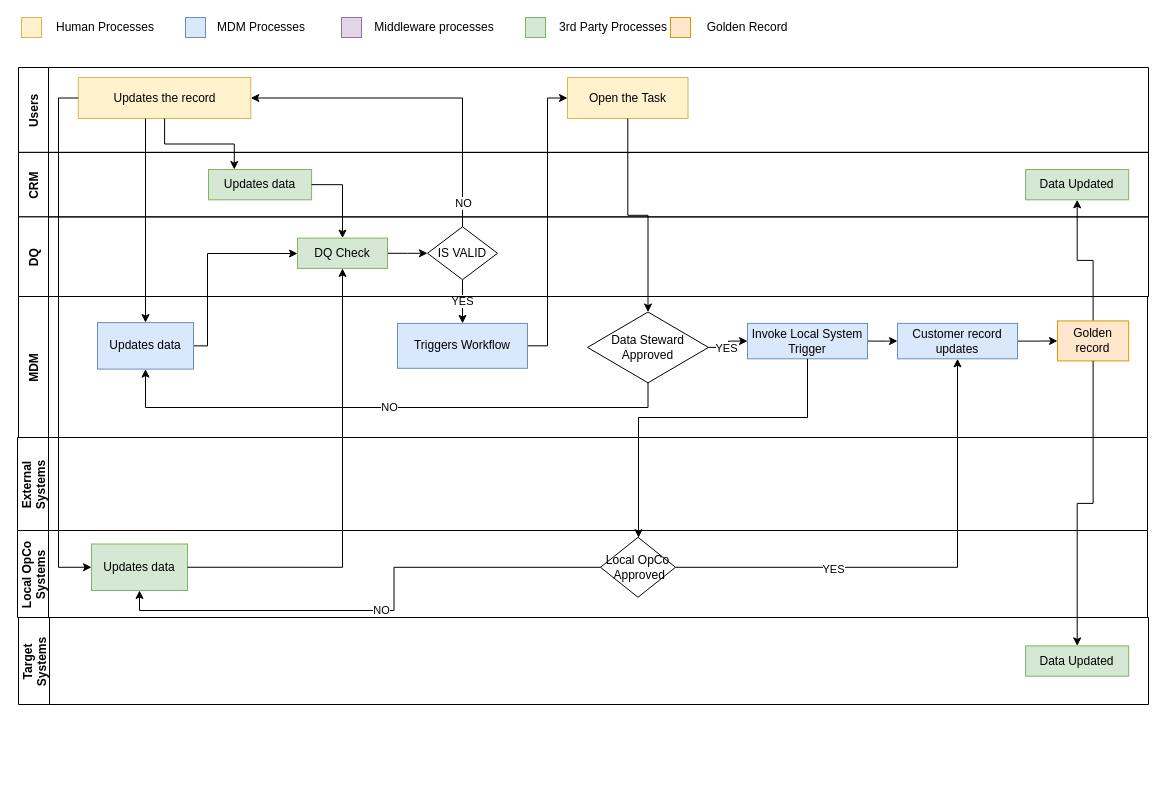
The draw.io diagram page "Approval-Workflow" (5 of 5) of MDM-Processes.drawio in biswarup81/drawings, before the edit. Source tidied: cells renumbered, new cells numbered last; positions are measured from the earlier drawing's top-left corner, leaving out a move shared by most shapes. Both pictures are drawn from the tidied source at 100%, with x=0, y=0 at pixel (17, 17).
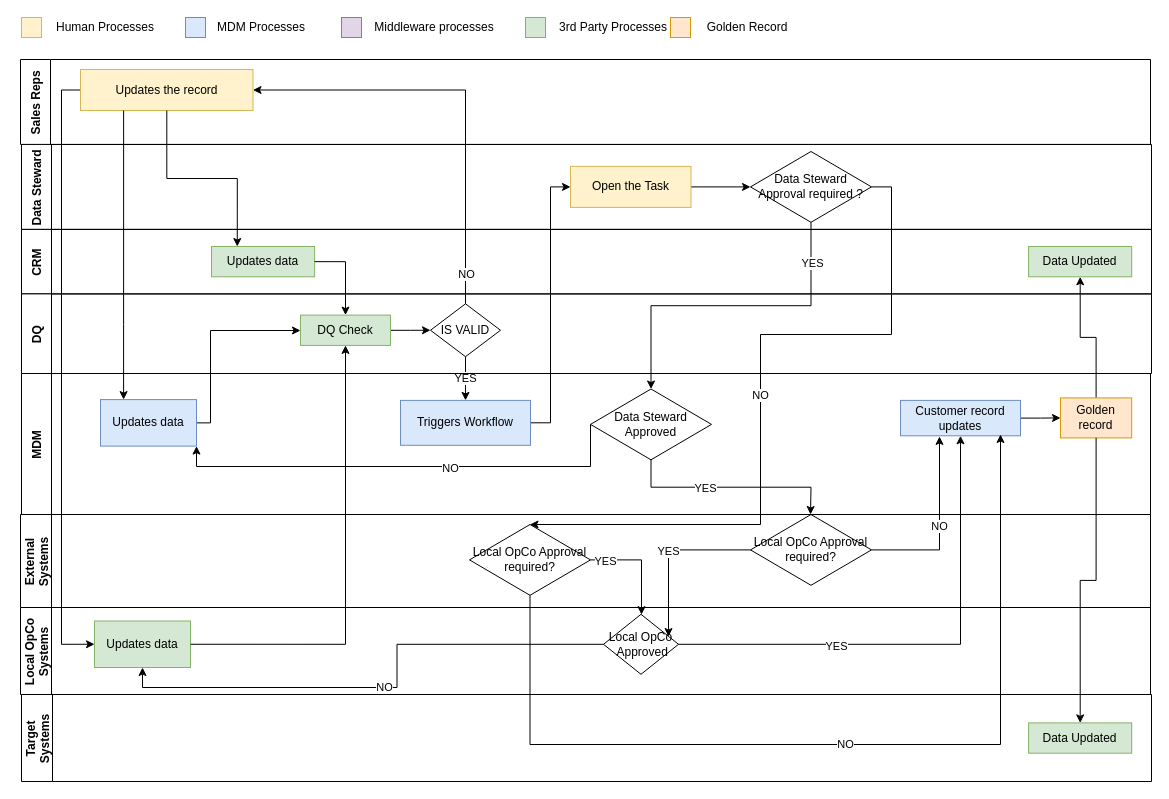
Above is the later version.

The change refers to these unchanged cells:
```xml
<mxCell id="7" value="Updates data" style="whiteSpace=wrap;html=1;rounded=0;strokeColor=#82b366;fillColor=#d5e8d4;" parent="6" vertex="1">
  <mxGeometry x="190" y="17.1" width="103.1" height="30.3" as="geometry" />
</mxCell>
<mxCell id="10" value="IS VALID" style="rhombus;whiteSpace=wrap;html=1;" parent="9" vertex="1">
  <mxGeometry x="409" y="9.9" width="70" height="52.9" as="geometry" />
</mxCell>
<mxCell id="18" value="Customer record updates" style="whiteSpace=wrap;html=1;fillColor=#dae8fc;strokeColor=#6c8ebf;" parent="2" vertex="1">
  <mxGeometry x="879" y="225.9" width="120" height="35.4" as="geometry" />
</mxCell>
<mxCell id="21" value="Updates data" style="whiteSpace=wrap;html=1;strokeColor=#6c8ebf;fillColor=#dae8fc;align=center;" parent="2" vertex="1">
  <mxGeometry x="79" y="225.1" width="96" height="46.5" as="geometry" />
</mxCell>
<mxCell id="30" value="Data Steward Approved" style="rhombus;whiteSpace=wrap;html=1;" parent="2" vertex="1">
  <mxGeometry x="569" y="214.5" width="121" height="70.8" as="geometry" />
</mxCell>
<mxCell id="46" value="Updates data" style="whiteSpace=wrap;html=1;strokeColor=#82b366;fillColor=#d5e8d4;align=center;" parent="45" vertex="1">
  <mxGeometry x="74" y="13.5" width="96" height="46.5" as="geometry" />
</mxCell>
<mxCell id="48" value="Local OpCo&lt;br&gt;&amp;nbsp;Approved" style="rhombus;whiteSpace=wrap;html=1;" parent="45" vertex="1">
  <mxGeometry x="583" y="6.8" width="75" height="60" as="geometry" />
</mxCell>
```

The edit, as a diff of the source:
```diff
@@
     <mxCell id="2" style="group;" parent="1" vertex="1">
-      <mxGeometry x="1" y="80" width="1130" height="366.7" as="geometry" />
+      <mxGeometry x="4" y="157" width="1130" height="420.8" as="geometry" />
     </mxCell>
-    <mxCell id="3" value="Users" style="swimlane;startSize=30;horizontal=0;" parent="2" vertex="1">
+    <mxCell id="3" value="Data Steward" style="swimlane;startSize=30;horizontal=0;" parent="2" vertex="1">
       <mxGeometry y="-30" width="1130" height="84.9" as="geometry" />
     </mxCell>
-    <mxCell id="4" value="Updates the record" style="rounded=0;whiteSpace=wrap;html=1;fillColor=#fff2cc;strokeColor=#d6b656;" parent="3" vertex="1">
-      <mxGeometry x="59.8" y="10" width="172.5" height="41" as="geometry" />
-    </mxCell>
+    <mxCell id="58" style="edgeStyle=orthogonalEdgeStyle;rounded=0;jettySize=auto;html=1;entryX=0;entryY=0.5;entryDx=0;entryDy=0;" parent="3" edge="1" source="5" target="59">
+      <mxGeometry relative="1" as="geometry" />
+    </mxCell>
     <mxCell id="5" value="Open the Task" style="rounded=0;whiteSpace=wrap;html=1;fillColor=#fff2cc;strokeColor=#d6b656;" parent="3" vertex="1">
-      <mxGeometry x="549" y="10" width="120.5" height="41" as="geometry" />
+      <mxGeometry x="549" y="21.9" width="120.5" height="41" as="geometry" />
     </mxCell>
+    <mxCell id="59" value="Data Steward Approval required ?" style="rhombus;whiteSpace=wrap;html=1;" parent="3" vertex="1">
+      <mxGeometry x="729" y="7" width="121" height="70.8" as="geometry" />
+    </mxCell>
@@
-    <mxCell id="15" style="edgeStyle=orthogonalEdgeStyle;rounded=0;jettySize=auto;html=1;exitX=1;exitY=0.5;exitDx=0;exitDy=0;" parent="2" edge="1" source="16" target="18">
-      <mxGeometry relative="1" as="geometry" />
-    </mxCell>
-    <mxCell id="16" value="Invoke Local System Trigger" style="whiteSpace=wrap;html=1;fillColor=#dae8fc;strokeColor=#6c8ebf;" parent="2" vertex="1">
-      <mxGeometry x="729" y="225.9" width="120" height="35.4" as="geometry" />
-    </mxCell>
@@
-    <mxCell id="19" style="edgeStyle=orthogonalEdgeStyle;rounded=0;jettySize=auto;html=1;entryX=0.25;entryY=0;entryDx=0;entryDy=0;" parent="2" edge="1" source="4" target="7">
-      <mxGeometry relative="1" as="geometry" />
-    </mxCell>
@@
-    <mxCell id="22" style="edgeStyle=orthogonalEdgeStyle;rounded=0;jettySize=auto;html=1;" parent="2" edge="1" target="21">
-      <mxGeometry relative="1" as="geometry">
-        <mxPoint x="127" y="21" as="sourcePoint" />
-        <Array as="points">
-          <mxPoint x="127" y="21" />
-        </Array>
-      </mxGeometry>
-    </mxCell>
-    <mxCell id="23" style="edgeStyle=orthogonalEdgeStyle;rounded=0;jettySize=auto;html=1;entryX=1;entryY=0.5;entryDx=0;entryDy=0;exitX=0.5;exitY=0;exitDx=0;exitDy=0;" parent="2" edge="1" source="10" target="4">
-      <mxGeometry relative="1" as="geometry">
-        <Array as="points">
-          <mxPoint x="444" y="1" />
-        </Array>
-      </mxGeometry>
-    </mxCell>
-    <mxCell id="24" value="NO" style="edgeLabel;html=1;align=center;verticalAlign=middle;" parent="23" vertex="1">
-      <mxGeometry x="-0.86" relative="1" as="geometry" />
-    </mxCell>
@@
-    <mxCell id="27" style="edgeStyle=orthogonalEdgeStyle;rounded=0;jettySize=auto;html=1;entryX=0;entryY=0.5;entryDx=0;entryDy=0;" parent="2" edge="1" source="30" target="16">
-      <mxGeometry relative="1" as="geometry" />
+    <mxCell id="27" style="edgeStyle=orthogonalEdgeStyle;rounded=0;jettySize=auto;html=1;exitX=0.5;exitY=1;exitDx=0;exitDy=0;" parent="2" edge="1" source="30">
+      <mxGeometry relative="1" as="geometry">
+        <mxPoint x="789" y="340" as="targetPoint" />
+      </mxGeometry>
     </mxCell>
@@
-    <mxCell id="29" value="NO" style="edgeStyle=orthogonalEdgeStyle;rounded=0;jettySize=auto;html=1;entryX=0.5;entryY=1;entryDx=0;entryDy=0;" parent="2" edge="1" source="30" target="21">
-      <mxGeometry relative="1" as="geometry">
-        <Array as="points">
-          <mxPoint x="630" y="310" />
-          <mxPoint x="127" y="310" />
-        </Array>
-      </mxGeometry>
-    </mxCell>
+    <mxCell id="60" style="edgeStyle=orthogonalEdgeStyle;rounded=0;jettySize=auto;html=1;entryX=1;entryY=1;entryDx=0;entryDy=0;" parent="2" edge="1" target="21">
+      <mxGeometry relative="1" as="geometry">
+        <mxPoint x="569" y="250" as="sourcePoint" />
+        <Array as="points">
+          <mxPoint x="569" y="292" />
+          <mxPoint x="175" y="292" />
+        </Array>
+      </mxGeometry>
+    </mxCell>
+    <mxCell id="61" value="NO" style="edgeLabel;html=1;align=center;verticalAlign=middle;" parent="60" vertex="1">
+      <mxGeometry x="-0.2" y="1" relative="1" as="geometry" />
+    </mxCell>
@@
-    <mxCell id="31" style="edgeStyle=orthogonalEdgeStyle;rounded=0;jettySize=auto;html=1;" parent="2" edge="1" source="5" target="30">
-      <mxGeometry relative="1" as="geometry" />
-    </mxCell>
@@
+    <mxCell id="62" style="edgeStyle=orthogonalEdgeStyle;rounded=0;jettySize=auto;html=1;exitX=0.5;exitY=1;exitDx=0;exitDy=0;" parent="2" edge="1" source="59" target="30">
+      <mxGeometry relative="1" as="geometry" />
+    </mxCell>
+    <mxCell id="63" value="YES" style="edgeLabel;html=1;align=center;verticalAlign=middle;" parent="62" vertex="1">
+      <mxGeometry x="-0.75" y="1" relative="1" as="geometry" />
+    </mxCell>
+    <mxCell id="64" value="NO" style="edgeStyle=orthogonalEdgeStyle;rounded=0;jettySize=auto;html=1;" parent="2" edge="1" source="65">
+      <mxGeometry relative="1" as="geometry">
+        <mxPoint x="979" y="260" as="targetPoint" />
+        <Array as="points">
+          <mxPoint x="509" y="570" />
+          <mxPoint x="979" y="570" />
+        </Array>
+      </mxGeometry>
+    </mxCell>
+    <mxCell id="65" value="Local OpCo Approval required?" style="rhombus;whiteSpace=wrap;html=1;" parent="2" vertex="1">
+      <mxGeometry x="448" y="350" width="121" height="70.8" as="geometry" />
+    </mxCell>
+    <mxCell id="66" value="NO" style="edgeStyle=orthogonalEdgeStyle;rounded=0;jettySize=auto;html=1;exitX=1;exitY=0.5;exitDx=0;exitDy=0;entryX=0.325;entryY=1.018;entryDx=0;entryDy=0;entryPerimeter=0;" parent="2" edge="1" source="67" target="18">
+      <mxGeometry relative="1" as="geometry" />
+    </mxCell>
+    <mxCell id="67" value="Local OpCo Approval required?" style="rhombus;whiteSpace=wrap;html=1;" parent="2" vertex="1">
+      <mxGeometry x="729" y="340" width="121" height="70.8" as="geometry" />
+    </mxCell>
+    <mxCell id="68" value="NO" style="edgeStyle=orthogonalEdgeStyle;rounded=0;jettySize=auto;html=1;entryX=0.5;entryY=0;entryDx=0;entryDy=0;exitX=1;exitY=0.5;exitDx=0;exitDy=0;" parent="2" edge="1" source="59" target="65">
+      <mxGeometry relative="1" as="geometry">
+        <Array as="points">
+          <mxPoint x="870" y="13" />
+          <mxPoint x="870" y="160" />
+          <mxPoint x="739" y="160" />
+          <mxPoint x="739" y="350" />
+        </Array>
+      </mxGeometry>
+    </mxCell>
     <mxCell id="34" value="MDM" style="swimlane;startSize=30;horizontal=0;" parent="1" vertex="1">
-      <mxGeometry x="1" y="279" width="1129" height="141" as="geometry" />
+      <mxGeometry x="4" y="356" width="1129" height="141" as="geometry" />
     </mxCell>
@@
     <mxCell id="45" value="Local OpCo&#10;Systems" style="swimlane;startSize=31;horizontal=0;" parent="1" vertex="1">
-      <mxGeometry y="513" width="1130" height="87" as="geometry" />
+      <mxGeometry x="3" y="590" width="1130" height="87" as="geometry" />
     </mxCell>
@@
     <mxCell id="49" value="External &#10;Systems" style="swimlane;startSize=31;horizontal=0;" parent="1" vertex="1">
-      <mxGeometry y="420" width="1130" height="93" as="geometry" />
+      <mxGeometry x="3" y="497" width="1130" height="93" as="geometry" />
     </mxCell>
     <mxCell id="50" value="Target&#10;Systems" style="swimlane;startSize=31;horizontal=0;" parent="1" vertex="1">
-      <mxGeometry x="1" y="600" width="1130" height="87" as="geometry" />
+      <mxGeometry x="4" y="677" width="1130" height="87" as="geometry" />
     </mxCell>
@@
-    <mxCell id="52" style="edgeStyle=orthogonalEdgeStyle;rounded=0;jettySize=auto;html=1;entryX=0;entryY=0.5;entryDx=0;entryDy=0;" parent="1" edge="1" source="4" target="46">
+    <mxCell id="52" style="edgeStyle=orthogonalEdgeStyle;rounded=0;jettySize=auto;html=1;entryX=0;entryY=0.5;entryDx=0;entryDy=0;exitX=0;exitY=0.5;exitDx=0;exitDy=0;" parent="1" edge="1" source="4" target="46">
       <mxGeometry relative="1" as="geometry">
         <Array as="points">
-          <mxPoint x="41" y="81" />
-          <mxPoint x="41" y="550" />
+          <mxPoint x="44" y="72" />
+          <mxPoint x="44" y="627" />
         </Array>
       </mxGeometry>
     </mxCell>
@@
-    <mxCell id="54" style="edgeStyle=orthogonalEdgeStyle;rounded=0;jettySize=auto;html=1;" parent="1" edge="1" source="16" target="48">
+    <mxCell id="54" style="edgeStyle=orthogonalEdgeStyle;rounded=0;jettySize=auto;html=1;exitX=1;exitY=0.5;exitDx=0;exitDy=0;" parent="1" edge="1" source="65" target="48">
       <mxGeometry relative="1" as="geometry">
         <Array as="points">
-          <mxPoint x="790" y="400" />
-          <mxPoint x="621" y="400" />
+          <mxPoint x="624" y="542" />
         </Array>
       </mxGeometry>
     </mxCell>
+    <mxCell id="69" value="YES" style="edgeLabel;html=1;align=center;verticalAlign=middle;" parent="54" vertex="1">
+      <mxGeometry x="-0.74" y="-1" relative="1" as="geometry" />
+    </mxCell>
@@
+    <mxCell id="70" value="Sales Reps" style="swimlane;startSize=30;horizontal=0;" parent="1" vertex="1">
+      <mxGeometry x="3" y="42" width="1130" height="84.9" as="geometry" />
+    </mxCell>
+    <mxCell id="4" value="Updates the record" style="rounded=0;whiteSpace=wrap;html=1;fillColor=#fff2cc;strokeColor=#d6b656;" parent="70" vertex="1">
+      <mxGeometry x="60" y="10" width="172.5" height="41" as="geometry" />
+    </mxCell>
+    <mxCell id="19" style="edgeStyle=orthogonalEdgeStyle;rounded=0;jettySize=auto;html=1;entryX=0.25;entryY=0;entryDx=0;entryDy=0;" parent="1" edge="1" source="4" target="7">
+      <mxGeometry relative="1" as="geometry" />
+    </mxCell>
+    <mxCell id="23" style="edgeStyle=orthogonalEdgeStyle;rounded=0;jettySize=auto;html=1;entryX=1;entryY=0.5;entryDx=0;entryDy=0;exitX=0.5;exitY=0;exitDx=0;exitDy=0;" parent="1" edge="1" source="10" target="4">
+      <mxGeometry relative="1" as="geometry">
+        <Array as="points">
+          <mxPoint x="448" y="72" />
+        </Array>
+      </mxGeometry>
+    </mxCell>
+    <mxCell id="24" value="NO" style="edgeLabel;html=1;align=center;verticalAlign=middle;" parent="23" vertex="1">
+      <mxGeometry x="-0.86" relative="1" as="geometry" />
+    </mxCell>
+    <mxCell id="22" style="edgeStyle=orthogonalEdgeStyle;rounded=0;jettySize=auto;html=1;exitX=0.25;exitY=1;exitDx=0;exitDy=0;" parent="1" edge="1" source="4" target="21">
+      <mxGeometry relative="1" as="geometry">
+        <Array as="points">
+          <mxPoint x="106" y="307" />
+          <mxPoint x="106" y="307" />
+        </Array>
+      </mxGeometry>
+    </mxCell>
+    <mxCell id="71" value="YES" style="edgeStyle=orthogonalEdgeStyle;rounded=0;jettySize=auto;html=1;entryX=0.867;entryY=0.371;entryDx=0;entryDy=0;entryPerimeter=0;" parent="1" edge="1" source="67" target="48">
+      <mxGeometry relative="1" as="geometry" />
+    </mxCell>
```
